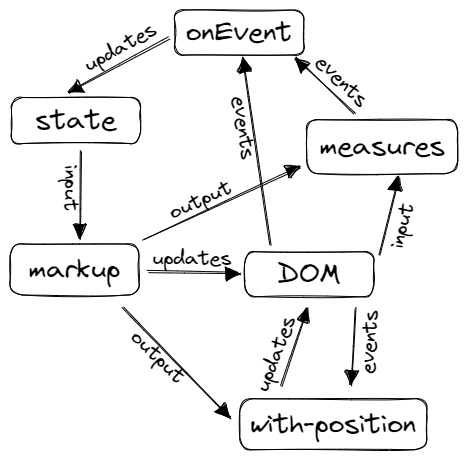
Above: diagram.excalidraw.png in rodinhart/abstractui (Excalidraw), before the change. Source tidied: one line per element, renumbered; positions are measured from the earlier drawing's top-left corner, leaving out a move shared by most shapes.
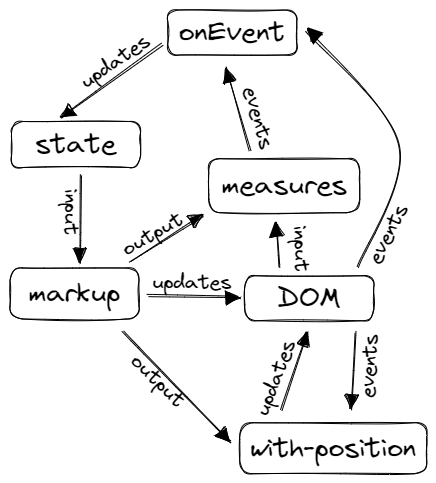
After the commit.

Commit message:
Fix diagram and eqal

Diff of the diagram source:
```diff
@@ -6,27 +6,27 @@
 {"id": 5, "type": "rectangle", "strokeColor": "#000000", "strokeWidth": 1, "roughness": 1, "round": true, "x": 235, "y": 242, "width": 129, "height": 45}
 {"id": 6, "type": "text", "text": "DOM", "strokeColor": "#000000", "strokeWidth": 1, "roughness": 1, "fontSize": 28, "fontFamily": 1, "textAlign": "center", "verticalAlign": "middle", "inside": 5, "x": 266, "y": 247, "width": 66, "height": 35}
 {"id": 7, "type": "arrow", "strokeColor": "#000000", "strokeWidth": 1, "roughness": 1, "endArrowhead": "triangle", "round": true, "from": 2, "to": 5, "x": 137, "y": 261, "width": 91, "height": 1, "points": [[0, 0], [91, 1]]}
-{"id": 8, "type": "rectangle", "strokeColor": "#000000", "strokeWidth": 1, "roughness": 1, "round": true, "x": 297, "y": 110, "width": 151, "height": 54}
+{"id": 8, "type": "rectangle", "strokeColor": "#000000", "strokeWidth": 1, "roughness": 1, "round": true, "x": 199, "y": 125, "width": 151, "height": 54}
-{"id": 9, "type": "text", "text": "measures", "strokeColor": "#000000", "strokeWidth": 1, "roughness": 1, "fontSize": 28, "fontFamily": 1, "textAlign": "center", "verticalAlign": "middle", "inside": 8, "x": 309, "y": 119, "width": 127, "height": 35}
+{"id": 9, "type": "text", "text": "measures", "strokeColor": "#000000", "strokeWidth": 1, "roughness": 1, "fontSize": 28, "fontFamily": 1, "textAlign": "center", "verticalAlign": "middle", "inside": 8, "x": 211, "y": 134, "width": 127, "height": 35}
-{"id": 10, "type": "arrow", "strokeColor": "#000000", "strokeWidth": 1, "roughness": 1, "endArrowhead": "triangle", "round": true, "from": 2, "to": 8, "x": 134, "y": 229, "width": 157, "height": 71, "points": [[0, 0], [157, -71]]}
+{"id": 10, "type": "arrow", "strokeColor": "#000000", "strokeWidth": 1, "roughness": 1, "endArrowhead": "triangle", "round": true, "from": 2, "to": 8, "x": 120, "y": 228, "width": 74, "height": 45, "points": [[0, 0], [74, -45]]}
 {"id": 11, "type": "rectangle", "strokeColor": "#000000", "strokeWidth": 1, "roughness": 1, "round": true, "x": 230, "y": 389, "width": 187, "height": 51}
 {"id": 12, "type": "text", "text": "with-position", "strokeColor": "#000000", "strokeWidth": 1, "roughness": 1, "fontSize": 28, "fontFamily": 1, "textAlign": "center", "verticalAlign": "middle", "inside": 11, "x": 239, "y": 397, "width": 168, "height": 35}
 {"id": 13, "type": "arrow", "strokeColor": "#000000", "strokeWidth": 1, "roughness": 1, "endArrowhead": "triangle", "round": true, "from": 2, "to": 11, "x": 113, "y": 296, "width": 109, "height": 112, "points": [[0, 0], [109, 112]]}
-{"id": 14, "type": "arrow", "strokeColor": "#000000", "strokeWidth": 1, "roughness": 1, "endArrowhead": "triangle", "round": true, "from": 5, "to": 8, "x": 369, "y": 245, "width": 19, "height": 76, "points": [[0, 0], [19, -76]]}
+{"id": 14, "type": "arrow", "strokeColor": "#000000", "strokeWidth": 1, "roughness": 1, "endArrowhead": "triangle", "round": true, "from": 5, "to": 8, "x": 269, "y": 233, "width": 3, "height": 43, "points": [[0, 0], [-3, -43]]}
 {"id": 15, "type": "arrow", "strokeColor": "#000000", "strokeWidth": 1, "roughness": 1, "endArrowhead": "triangle", "round": true, "from": 5, "to": 11, "x": 345, "y": 298, "width": 4, "height": 78, "points": [[0, 0], [-4, 78]]}
 {"id": 16, "type": "arrow", "strokeColor": "#000000", "strokeWidth": 1, "roughness": 1, "endArrowhead": "triangle", "round": true, "from": 11, "to": 5, "x": 272, "y": 376, "width": 26, "height": 78, "points": [[0, 0], [26, -78]]}
-{"id": 17, "type": "rectangle", "strokeColor": "#000000", "strokeWidth": 1, "roughness": 1, "round": true, "x": 165, "y": 0, "width": 129, "height": 45}
+{"id": 17, "type": "rectangle", "strokeColor": "#000000", "strokeWidth": 1, "roughness": 1, "round": true, "x": 158, "y": -24, "width": 129, "height": 45}
-{"id": 18, "type": "text", "text": "onEvent", "strokeColor": "#000000", "strokeWidth": 1, "roughness": 1, "fontSize": 28, "fontFamily": 1, "textAlign": "center", "verticalAlign": "middle", "inside": 17, "x": 175, "y": 5, "width": 108, "height": 35}
+{"id": 18, "type": "text", "text": "onEvent", "strokeColor": "#000000", "strokeWidth": 1, "roughness": 1, "fontSize": 28, "fontFamily": 1, "textAlign": "center", "verticalAlign": "middle", "inside": 17, "x": 168, "y": -19, "width": 108, "height": 35}
-{"id": 19, "type": "arrow", "strokeColor": "#000000", "strokeWidth": 1, "roughness": 1, "endArrowhead": "triangle", "round": true, "from": 17, "to": 0, "x": 160, "y": 28, "width": 100, "height": 54, "points": [[0, 0], [-100, 54]]}
+{"id": 19, "type": "arrow", "strokeColor": "#000000", "strokeWidth": 1, "roughness": 1, "endArrowhead": "triangle", "round": true, "from": 17, "to": 0, "x": 153, "y": 10, "width": 100, "height": 73, "points": [[0, 0], [-100, 73]]}
-{"id": 20, "type": "arrow", "strokeColor": "#000000", "strokeWidth": 1, "roughness": 1, "endArrowhead": "triangle", "round": true, "from": 8, "to": 17, "x": 345, "y": 103, "width": 61, "height": 57, "points": [[0, 0], [-61, -57]]}
+{"id": 20, "type": "arrow", "strokeColor": "#000000", "strokeWidth": 1, "roughness": 1, "endArrowhead": "triangle", "round": true, "from": 8, "to": 17, "x": 240, "y": 116, "width": 25, "height": 84, "points": [[0, 0], [-25, -84]]}
-{"id": 21, "type": "arrow", "strokeColor": "#000000", "strokeWidth": 1, "roughness": 1, "endArrowhead": "triangle", "round": true, "from": 5, "to": 17, "x": 261, "y": 234, "width": 29, "height": 187, "points": [[0, 0], [-29, -187]]}
+{"id": 21, "type": "arrow", "strokeColor": "#000000", "strokeWidth": 1, "roughness": 1, "endArrowhead": "triangle", "round": true, "from": 5, "to": 17, "x": 348, "y": 233, "width": 92, "height": 236, "points": [[0, 0], [40, -121], [-52, -236]]}
-{"id": 22, "type": "text", "text": "updates", "strokeColor": "#000000", "angle": 5.77, "strokeWidth": 1, "roughness": 1, "fontSize": 20, "fontFamily": 1, "x": 70, "y": 24, "width": 81, "height": 25}
+{"id": 22, "type": "text", "text": "updates", "strokeColor": "#000000", "angle": 5.67, "strokeWidth": 1, "roughness": 1, "fontSize": 20, "fontFamily": 1, "x": 65, "y": 14, "width": 81, "height": 25}
 {"id": 23, "type": "text", "text": "input", "strokeColor": "#000000", "angle": 1.57, "strokeWidth": 1, "roughness": 1, "fontSize": 20, "fontFamily": 1, "x": 36, "y": 167, "width": 48, "height": 25}
 {"id": 24, "type": "text", "text": "output", "strokeColor": "#000000", "angle": 0.77, "strokeWidth": 1, "roughness": 1, "fontSize": 20, "fontFamily": 1, "x": 114, "y": 335, "width": 68, "height": 25}
 {"id": 25, "type": "text", "text": "updates", "strokeColor": "#000000", "strokeWidth": 1, "roughness": 1, "fontSize": 20, "fontFamily": 1, "x": 142, "y": 236, "width": 81, "height": 25}
-{"id": 26, "type": "text", "text": "output", "strokeColor": "#000000", "angle": 5.86, "strokeWidth": 1, "roughness": 1, "fontSize": 20, "fontFamily": 1, "x": 157, "y": 177, "width": 68, "height": 25}
+{"id": 26, "type": "text", "text": "output", "strokeColor": "#000000", "angle": 5.76, "strokeWidth": 1, "roughness": 1, "fontSize": 20, "fontFamily": 1, "x": 109, "y": 187, "width": 68, "height": 25}
 {"id": 27, "type": "text", "text": "updates", "strokeColor": "#000000", "angle": 5.07, "strokeWidth": 1, "roughness": 1, "fontSize": 20, "fontFamily": 1, "x": 225, "y": 330, "width": 81, "height": 25}
 {"id": 28, "type": "text", "text": "events", "strokeColor": "#000000", "angle": 4.77, "strokeWidth": 1, "roughness": 1, "fontSize": 20, "fontFamily": 1, "x": 326, "y": 318, "width": 66, "height": 25}
-{"id": 29, "type": "text", "text": "events", "strokeColor": "#000000", "angle": 0.77, "strokeWidth": 1, "roughness": 1, "fontSize": 20, "fontFamily": 1, "x": 299, "y": 59, "width": 66, "height": 25}
+{"id": 29, "type": "text", "text": "events", "strokeColor": "#000000", "angle": 1.29, "strokeWidth": 1, "roughness": 1, "fontSize": 20, "fontFamily": 1, "x": 215, "y": 72, "width": 66, "height": 25}
-{"id": 30, "type": "text", "text": "input", "strokeColor": "#000000", "angle": 4.96, "strokeWidth": 1, "roughness": 1, "fontSize": 20, "fontFamily": 1, "x": 368, "y": 202, "width": 48, "height": 25}
+{"id": 30, "type": "text", "text": "input", "strokeColor": "#000000", "angle": 1.53, "strokeWidth": 1, "roughness": 1, "fontSize": 20, "fontFamily": 1, "x": 266, "y": 203, "width": 48, "height": 25}
-{"id": 31, "type": "text", "text": "events", "strokeColor": "#000000", "angle": 1.41, "strokeWidth": 1, "roughness": 1, "fontSize": 20, "fontFamily": 1, "x": 200, "y": 106, "width": 66, "height": 25}
+{"id": 31, "type": "text", "text": "events", "strokeColor": "#000000", "angle": 5.18, "strokeWidth": 1, "roughness": 1, "fontSize": 20, "fontFamily": 1, "x": 345, "y": 186, "width": 66, "height": 25}
```
